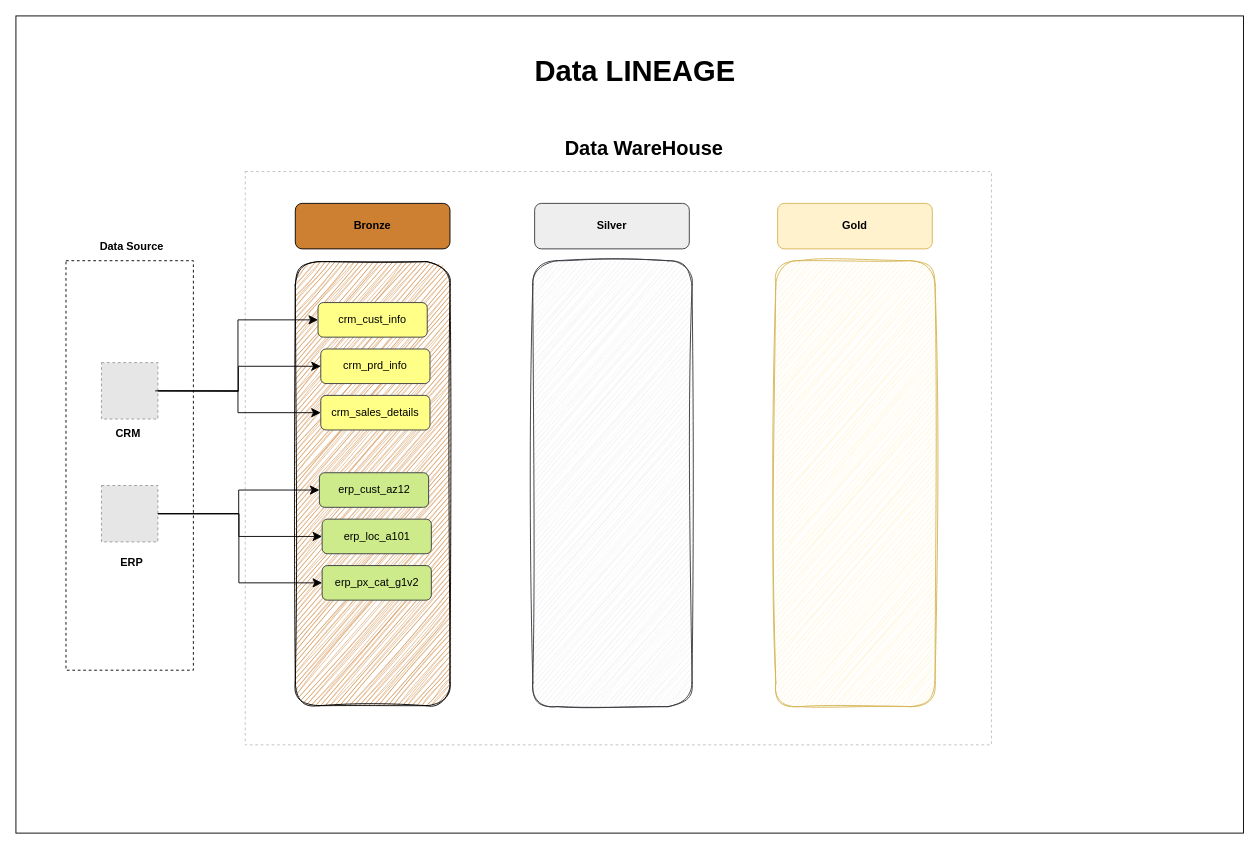
Earlier version of the draw.io diagram Data Lineage.drawio (KamanHang/sqldatawarehousedataengineeringproject). Source tidied: cells renumbered, new cells numbered last; positions are measured from the earlier drawing's top-left corner, leaving out a move shared by most shapes. Both pictures are drawn from the tidied source at 91%, with x=0, y=0 at pixel (15, 15). Pictures stored in the file or linked from it are replaced by grey dashed boxes.
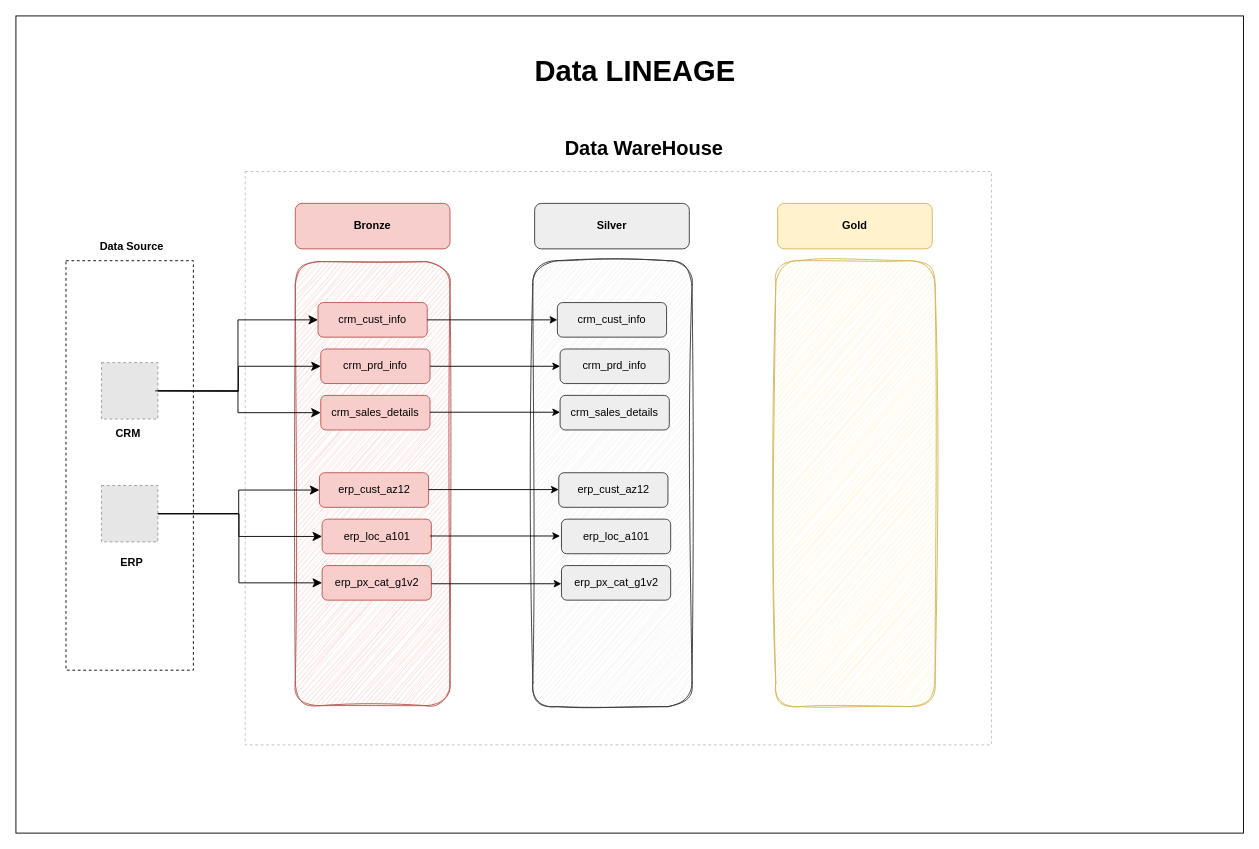
Above is the later version.

The edit, as a diff of the source:
```diff
@@
-    <mxCell id="6" value="&lt;font style=&quot;color: rgb(0, 0, 0);&quot;&gt;&lt;b style=&quot;&quot;&gt;Bronze&lt;/b&gt;&lt;/font&gt;" style="rounded=1;whiteSpace=wrap;html=1;fillColor=light-dark(#CD7F32,#121212);shadow=0;" parent="1" vertex="1">
+    <mxCell id="6" value="&lt;font style=&quot;color: rgb(0, 0, 0);&quot;&gt;&lt;b style=&quot;&quot;&gt;Bronze&lt;/b&gt;&lt;/font&gt;" style="rounded=1;whiteSpace=wrap;html=1;fillColor=#f8cecc;shadow=0;strokeColor=#b85450;glass=0;" parent="1" vertex="1">
       <mxGeometry x="307" y="206" width="170" height="50" as="geometry" />
     </mxCell>
@@
-    <mxCell id="17" style="rounded=1;whiteSpace=wrap;html=1;fillColor=light-dark(#CD7F32,#121212);sketch=1;curveFitting=1;jiggle=2;" parent="1" vertex="1">
+    <mxCell id="17" style="rounded=1;whiteSpace=wrap;html=1;fillColor=#f8cecc;strokeColor=#b85450;shadow=0;glass=0;sketch=1;curveFitting=1;jiggle=2;" parent="1" vertex="1">
       <mxGeometry x="307" y="270" width="170" height="488" as="geometry" />
     </mxCell>
-    <mxCell id="18" value="crm_cust_info" style="rounded=1;whiteSpace=wrap;html=1;fillColor=#ffff88;strokeColor=#36393d;" parent="1" vertex="1">
+    <mxCell id="18" value="crm_cust_info" style="rounded=1;whiteSpace=wrap;html=1;fillColor=#f8cecc;strokeColor=#b85450;" parent="1" vertex="1">
       <mxGeometry x="332" y="315" width="120" height="38" as="geometry" />
     </mxCell>
-    <mxCell id="19" value="crm_prd_info" style="rounded=1;whiteSpace=wrap;html=1;fillColor=#ffff88;strokeColor=#36393d;" parent="1" vertex="1">
+    <mxCell id="19" value="crm_prd_info" style="rounded=1;whiteSpace=wrap;html=1;fillColor=#f8cecc;strokeColor=#b85450;" parent="1" vertex="1">
       <mxGeometry x="335" y="366" width="120" height="38" as="geometry" />
     </mxCell>
-    <mxCell id="20" value="crm_sales_details" style="rounded=1;whiteSpace=wrap;html=1;fillColor=#ffff88;strokeColor=#36393d;" parent="1" vertex="1">
+    <mxCell id="20" value="crm_sales_details" style="rounded=1;whiteSpace=wrap;html=1;fillColor=#f8cecc;strokeColor=#b85450;" parent="1" vertex="1">
       <mxGeometry x="335" y="417" width="120" height="38" as="geometry" />
     </mxCell>
-    <mxCell id="21" value="erp_cust_az12" style="rounded=1;whiteSpace=wrap;html=1;fillColor=#cdeb8b;strokeColor=#36393d;" parent="1" vertex="1">
+    <mxCell id="21" value="erp_cust_az12" style="rounded=1;whiteSpace=wrap;html=1;fillColor=#f8cecc;strokeColor=#b85450;" parent="1" vertex="1">
       <mxGeometry x="333.5" y="502" width="120" height="38" as="geometry" />
     </mxCell>
-    <mxCell id="22" value="erp_loc_a101" style="rounded=1;whiteSpace=wrap;html=1;fillColor=#cdeb8b;strokeColor=#36393d;" parent="1" vertex="1">
+    <mxCell id="22" value="erp_loc_a101" style="rounded=1;whiteSpace=wrap;html=1;fillColor=#f8cecc;strokeColor=#b85450;" parent="1" vertex="1">
       <mxGeometry x="336.5" y="553" width="120" height="38" as="geometry" />
     </mxCell>
-    <mxCell id="23" value="erp_px_cat_g1v2" style="rounded=1;whiteSpace=wrap;html=1;fillColor=#cdeb8b;strokeColor=#36393d;" parent="1" vertex="1">
+    <mxCell id="23" value="erp_px_cat_g1v2" style="rounded=1;whiteSpace=wrap;html=1;fillColor=#f8cecc;strokeColor=#b85450;" parent="1" vertex="1">
       <mxGeometry x="336.5" y="604" width="120" height="38" as="geometry" />
     </mxCell>
@@
+    <mxCell id="30" value="crm_cust_info" style="rounded=1;whiteSpace=wrap;html=1;fillColor=#eeeeee;strokeColor=#36393d;" parent="1" vertex="1">
+      <mxGeometry x="595" y="315" width="120" height="38" as="geometry" />
+    </mxCell>
+    <mxCell id="31" value="crm_prd_info" style="rounded=1;whiteSpace=wrap;html=1;fillColor=#eeeeee;strokeColor=#36393d;" parent="1" vertex="1">
+      <mxGeometry x="598" y="366" width="120" height="38" as="geometry" />
+    </mxCell>
+    <mxCell id="32" value="crm_sales_details" style="rounded=1;whiteSpace=wrap;html=1;fillColor=#eeeeee;strokeColor=#36393d;" parent="1" vertex="1">
+      <mxGeometry x="598" y="417" width="120" height="38" as="geometry" />
+    </mxCell>
+    <mxCell id="33" value="erp_cust_az12" style="rounded=1;whiteSpace=wrap;html=1;fillColor=#eeeeee;strokeColor=#36393d;" parent="1" vertex="1">
+      <mxGeometry x="596.5" y="502" width="120" height="38" as="geometry" />
+    </mxCell>
+    <mxCell id="34" value="erp_loc_a101" style="rounded=1;whiteSpace=wrap;html=1;fillColor=#eeeeee;strokeColor=#36393d;" parent="1" vertex="1">
+      <mxGeometry x="599.5" y="553" width="120" height="38" as="geometry" />
+    </mxCell>
+    <mxCell id="35" value="erp_px_cat_g1v2" style="rounded=1;whiteSpace=wrap;html=1;fillColor=#eeeeee;strokeColor=#36393d;" parent="1" vertex="1">
+      <mxGeometry x="599.5" y="604" width="120" height="38" as="geometry" />
+    </mxCell>
+    <mxCell id="36" style="endArrow=classic;html=1;rounded=0;exitX=1;exitY=0.5;exitDx=0;exitDy=0;entryX=0;entryY=0.5;entryDx=0;entryDy=0;" parent="1" edge="1" source="18" target="30">
+      <mxGeometry relative="1" as="geometry" />
+    </mxCell>
+    <mxCell id="37" style="endArrow=classic;html=1;rounded=0;exitX=1;exitY=0.5;exitDx=0;exitDy=0;entryX=0;entryY=0.5;entryDx=0;entryDy=0;" parent="1" edge="1" source="19" target="31">
+      <mxGeometry relative="1" as="geometry" />
+    </mxCell>
+    <mxCell id="38" style="endArrow=classic;html=1;rounded=0;exitX=1;exitY=0.5;exitDx=0;exitDy=0;entryX=0;entryY=0.5;entryDx=0;entryDy=0;" parent="1" edge="1">
+      <mxGeometry relative="1" as="geometry">
+        <mxPoint x="455" y="435.5" as="sourcePoint" />
+        <mxPoint x="598" y="435.5" as="targetPoint" />
+      </mxGeometry>
+    </mxCell>
+    <mxCell id="39" style="endArrow=classic;html=1;rounded=0;exitX=1;exitY=0.5;exitDx=0;exitDy=0;entryX=0;entryY=0.5;entryDx=0;entryDy=0;" parent="1" edge="1">
+      <mxGeometry relative="1" as="geometry">
+        <mxPoint x="453.5" y="520.5" as="sourcePoint" />
+        <mxPoint x="596.5" y="520.5" as="targetPoint" />
+      </mxGeometry>
+    </mxCell>
+    <mxCell id="40" style="endArrow=classic;html=1;rounded=0;exitX=1;exitY=0.5;exitDx=0;exitDy=0;entryX=0;entryY=0.5;entryDx=0;entryDy=0;" parent="1" edge="1">
+      <mxGeometry relative="1" as="geometry">
+        <mxPoint x="455" y="571.5" as="sourcePoint" />
+        <mxPoint x="598" y="571.5" as="targetPoint" />
+      </mxGeometry>
+    </mxCell>
+    <mxCell id="41" style="endArrow=classic;html=1;rounded=0;exitX=1;exitY=0.5;exitDx=0;exitDy=0;entryX=0;entryY=0.5;entryDx=0;entryDy=0;" parent="1" edge="1">
+      <mxGeometry relative="1" as="geometry">
+        <mxPoint x="456.5" y="624" as="sourcePoint" />
+        <mxPoint x="599.5" y="624" as="targetPoint" />
+      </mxGeometry>
+    </mxCell>
```
